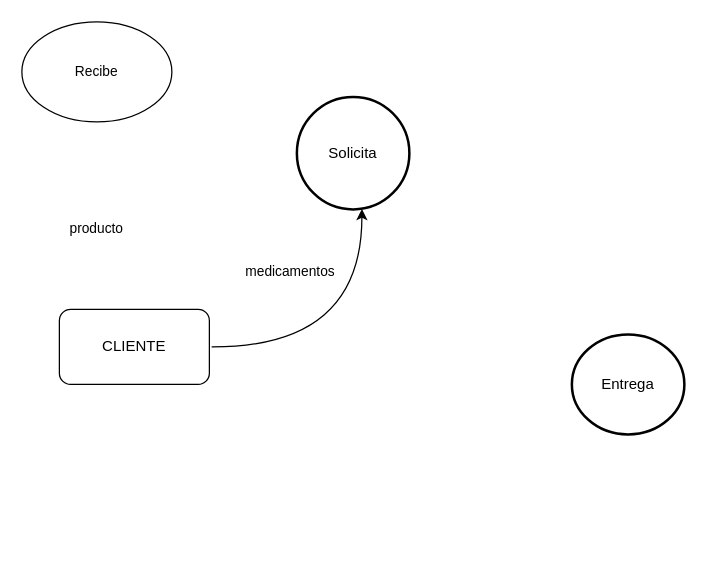
This is page "Página-2" (1 of 2) of farmaciaAE.drawio from yon026/pruebagit, a draw.io file, before an edit. Source tidied: cells renumbered, new cells numbered last; positions are measured from the earlier drawing's top-left corner, leaving out a move shared by most shapes. Both pictures are drawn from the tidied source at 125%, with x=0, y=0 at pixel (21, 21).
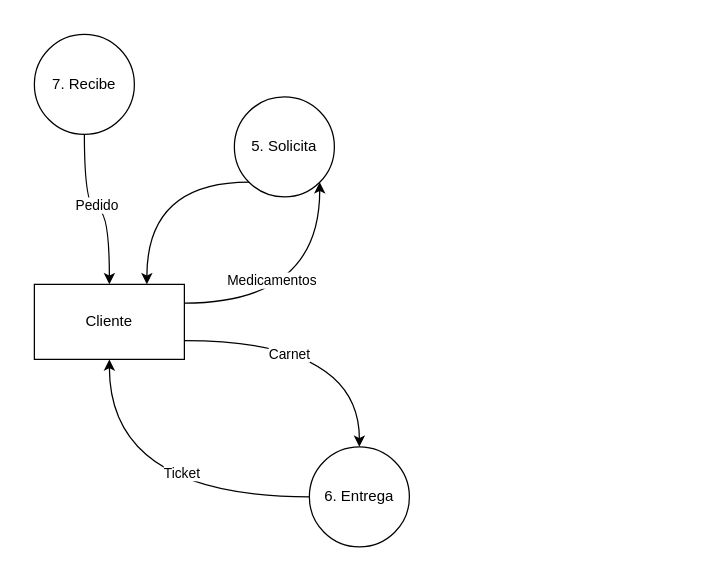
Above is the later version.

The edit, as a diff of the source:
```diff
@@
 <mxGraphModel>
   <root>
     <mxCell id="0" />
     <mxCell id="1" parent="0" />
-    <mxCell id="2" value="Solicita" style="strokeWidth=2;html=1;shape=mxgraph.flowchart.start_2;whiteSpace=wrap;" parent="1" vertex="1">
-      <mxGeometry x="220" y="60" width="90" height="90" as="geometry" />
-    </mxCell>
-    <mxCell id="3" value="Entrega" style="strokeWidth=2;html=1;shape=mxgraph.flowchart.start_2;whiteSpace=wrap;" parent="1" vertex="1">
-      <mxGeometry x="440" y="250" width="90" height="80" as="geometry" />
-    </mxCell>
-    <mxCell id="4" value="CLIENTE" style="rounded=1;whiteSpace=wrap;html=1;" parent="1" vertex="1">
-      <mxGeometry x="30" y="230" width="120" height="60" as="geometry" />
-    </mxCell>
-    <mxCell id="5" value="medicamentos" style="text;strokeColor=none;align=center;fillColor=none;html=1;verticalAlign=middle;whiteSpace=wrap;rounded=0;fontFamily=Helvetica;fontSize=11;fontColor=default;labelBackgroundColor=default;" parent="1" vertex="1">
-      <mxGeometry x="180" y="180" width="70" height="40" as="geometry" />
-    </mxCell>
-    <mxCell id="6" value="Recibe" style="ellipse;whiteSpace=wrap;html=1;fontFamily=Helvetica;fontSize=11;fontColor=default;labelBackgroundColor=default;" parent="1" vertex="1">
-      <mxGeometry width="120" height="80" as="geometry" />
-    </mxCell>
-    <mxCell id="7" value="producto" style="text;strokeColor=none;align=center;fillColor=none;html=1;verticalAlign=middle;whiteSpace=wrap;rounded=0;fontFamily=Helvetica;fontSize=11;fontColor=default;labelBackgroundColor=default;" parent="1" vertex="1">
-      <mxGeometry x="30" y="150" width="60" height="30" as="geometry" />
-    </mxCell>
-    <mxCell id="8" style="edgeStyle=orthogonalEdgeStyle;shape=connector;curved=1;rounded=0;jettySize=auto;html=1;exitX=0.5;exitY=1;exitDx=0;exitDy=0;strokeColor=default;align=center;verticalAlign=middle;fontFamily=Helvetica;fontSize=11;fontColor=default;labelBackgroundColor=default;endArrow=classic;entryX=0.578;entryY=0.996;entryDx=0;entryDy=0;entryPerimeter=0;" parent="1" edge="1" target="2">
-      <mxGeometry relative="1" as="geometry">
-        <mxPoint x="151.8" y="260" as="sourcePoint" />
-      </mxGeometry>
-    </mxCell>
+    <mxCell id="9" value="7. Recibe" style="ellipse;whiteSpace=wrap;html=1;" parent="1" vertex="1">
+      <mxGeometry x="10" y="10" width="80" height="80" as="geometry" />
+    </mxCell>
+    <mxCell id="10" style="edgeStyle=orthogonalEdgeStyle;shape=connector;curved=1;rounded=0;jettySize=auto;html=1;exitX=0;exitY=1;exitDx=0;exitDy=0;entryX=0.75;entryY=0;entryDx=0;entryDy=0;strokeColor=default;align=center;verticalAlign=middle;fontFamily=Helvetica;fontSize=11;fontColor=default;labelBackgroundColor=default;endArrow=classic;" parent="1" edge="1" source="11" target="16">
+      <mxGeometry relative="1" as="geometry" />
+    </mxCell>
+    <mxCell id="11" value="5. Solicita" style="ellipse;whiteSpace=wrap;html=1;" parent="1" vertex="1">
+      <mxGeometry x="170" y="60" width="80" height="80" as="geometry" />
+    </mxCell>
+    <mxCell id="12" style="edgeStyle=orthogonalEdgeStyle;shape=connector;curved=1;rounded=0;jettySize=auto;html=1;exitX=1;exitY=0.25;exitDx=0;exitDy=0;entryX=1;entryY=1;entryDx=0;entryDy=0;strokeColor=default;align=center;verticalAlign=middle;fontFamily=Helvetica;fontSize=11;fontColor=default;labelBackgroundColor=default;endArrow=classic;" parent="1" edge="1" source="16" target="11">
+      <mxGeometry relative="1" as="geometry" />
+    </mxCell>
+    <mxCell id="13" value="Medicamentos" style="edgeLabel;html=1;align=center;verticalAlign=middle;fontFamily=Helvetica;fontSize=11;fontColor=default;labelBackgroundColor=default;" parent="12" vertex="1">
+      <mxGeometry x="-0.33" y="19" relative="1" as="geometry" />
+    </mxCell>
+    <mxCell id="14" style="edgeStyle=orthogonalEdgeStyle;shape=connector;curved=1;rounded=0;jettySize=auto;html=1;exitX=1;exitY=0.75;exitDx=0;exitDy=0;strokeColor=default;align=center;verticalAlign=middle;fontFamily=Helvetica;fontSize=11;fontColor=default;labelBackgroundColor=default;endArrow=classic;" parent="1" edge="1" source="16" target="21">
+      <mxGeometry relative="1" as="geometry" />
+    </mxCell>
+    <mxCell id="15" value="Carnet" style="edgeLabel;html=1;align=center;verticalAlign=middle;fontFamily=Helvetica;fontSize=11;fontColor=default;labelBackgroundColor=default;" parent="14" vertex="1">
+      <mxGeometry x="-0.26" y="-10" relative="1" as="geometry" />
+    </mxCell>
+    <mxCell id="16" value="Cliente" style="rounded=0;whiteSpace=wrap;html=1;" parent="1" vertex="1">
+      <mxGeometry x="10" y="210" width="120" height="60" as="geometry" />
+    </mxCell>
+    <mxCell id="17" style="edgeStyle=orthogonalEdgeStyle;rounded=0;jettySize=auto;html=1;exitX=0.5;exitY=1;exitDx=0;exitDy=0;curved=1;" parent="1" edge="1" source="9" target="16">
+      <mxGeometry relative="1" as="geometry" />
+    </mxCell>
+    <mxCell id="18" value="Pedido" style="edgeLabel;html=1;align=center;verticalAlign=middle;" parent="17" vertex="1">
+      <mxGeometry x="-0.02" y="4" relative="1" as="geometry" />
+    </mxCell>
+    <mxCell id="19" style="edgeStyle=orthogonalEdgeStyle;shape=connector;curved=1;rounded=0;jettySize=auto;html=1;exitX=0;exitY=0.5;exitDx=0;exitDy=0;entryX=0.5;entryY=1;entryDx=0;entryDy=0;strokeColor=default;align=center;verticalAlign=middle;fontFamily=Helvetica;fontSize=11;fontColor=default;labelBackgroundColor=default;endArrow=classic;" parent="1" edge="1" source="21" target="16">
+      <mxGeometry relative="1" as="geometry" />
+    </mxCell>
+    <mxCell id="20" value="Ticket" style="edgeLabel;html=1;align=center;verticalAlign=middle;fontFamily=Helvetica;fontSize=11;fontColor=default;labelBackgroundColor=default;" parent="19" vertex="1">
+      <mxGeometry x="-0.24" y="-20" relative="1" as="geometry" />
+    </mxCell>
+    <mxCell id="21" value="6. Entrega" style="ellipse;whiteSpace=wrap;html=1;" parent="1" vertex="1">
+      <mxGeometry x="230" y="340" width="80" height="80" as="geometry" />
+    </mxCell>
   </root>
 </mxGraphModel>
```
